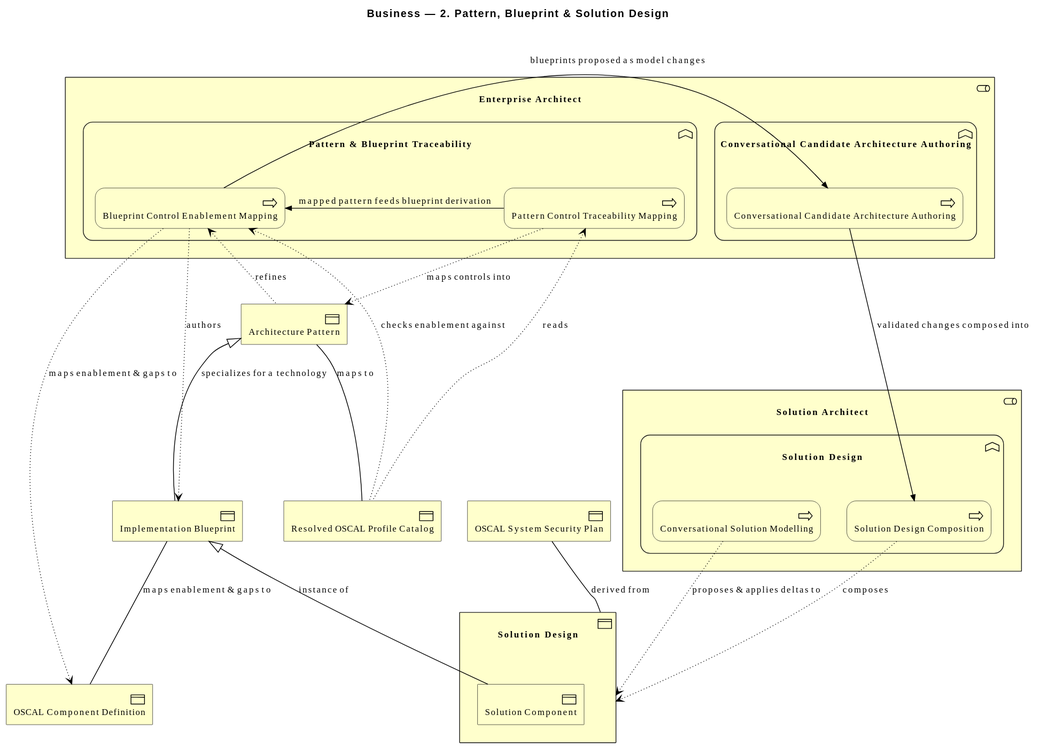
This is architecture/model/diagrams/business/2-pattern-solution-design.svg from wolffy-au/frictionless-architect, a PlantUML export, as it was before one commit.
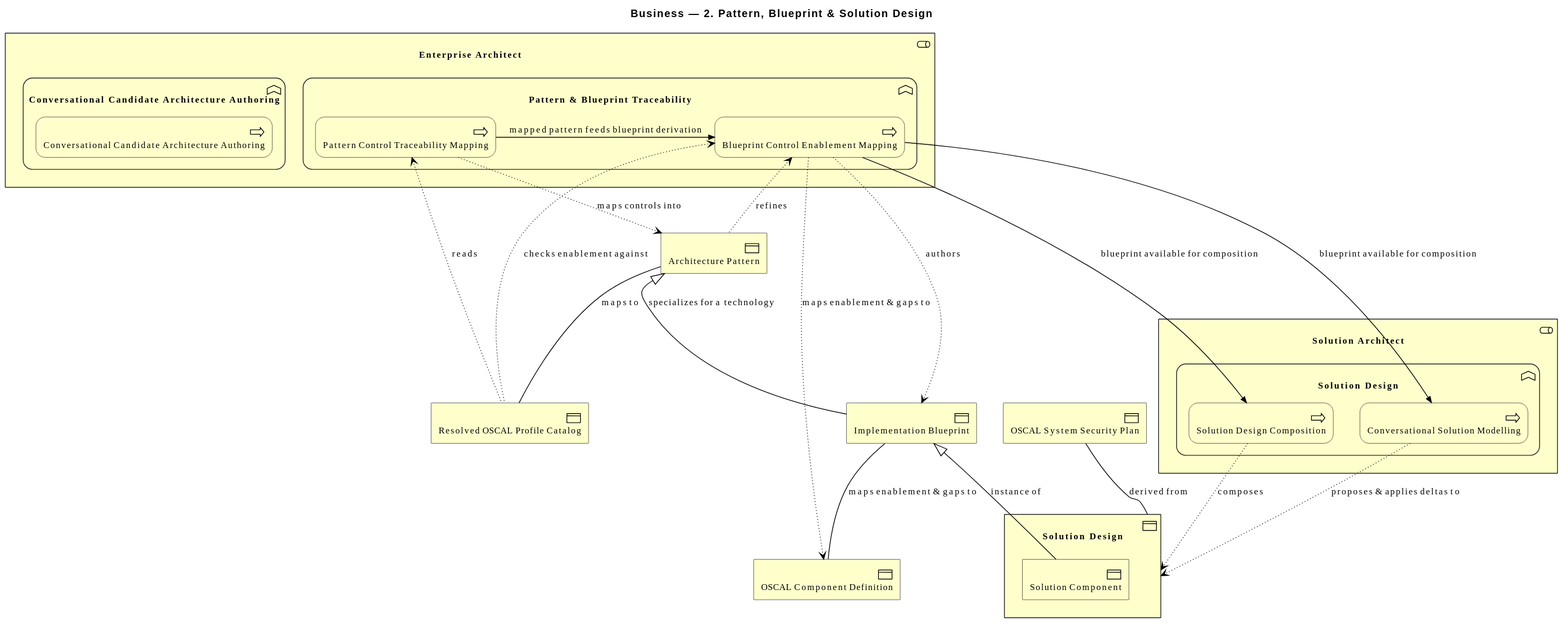
After the change.

The edit, as a diff of the source:
```diff
@@ -36,8 +36,8 @@
 Rel_Access_w(e_id378927722a8d5a, e_id41a01cbfc25b5a, "authors")
 Rel_Access_w(e_id378927722a8d5a, e_id0bb22ba44cfa50, "maps enablement & gaps to")
 Rel_Triggering_Right(e_id65065ee24d3c54, e_id378927722a8d5a, "mapped pattern feeds blueprint derivation")
-Rel_Triggering_Right(e_id378927722a8d5a, e_id5959dd7c3bbe59, "blueprints proposed as model changes")
-Rel_Triggering_Right(e_id5959dd7c3bbe59, e_id4991c823f6d55b, "validated changes composed into")
+Rel_Triggering_Right(e_id378927722a8d5a, e_id4991c823f6d55b, "blueprint available for composition")
+Rel_Triggering_Right(e_id378927722a8d5a, e_idb15bf3bc08d15d, "blueprint available for composition")
 Rel_Association(e_id41a01cbfc25b5a, e_id0bb22ba44cfa50, "maps enablement & gaps to")
 Rel_Specialization_Up(e_id42defa6a190855, e_id41a01cbfc25b5a, "instance of")
 Rel_Association(e_ide1231d147af05e, e_id4b5ad5a2100656, "derived from")
```
